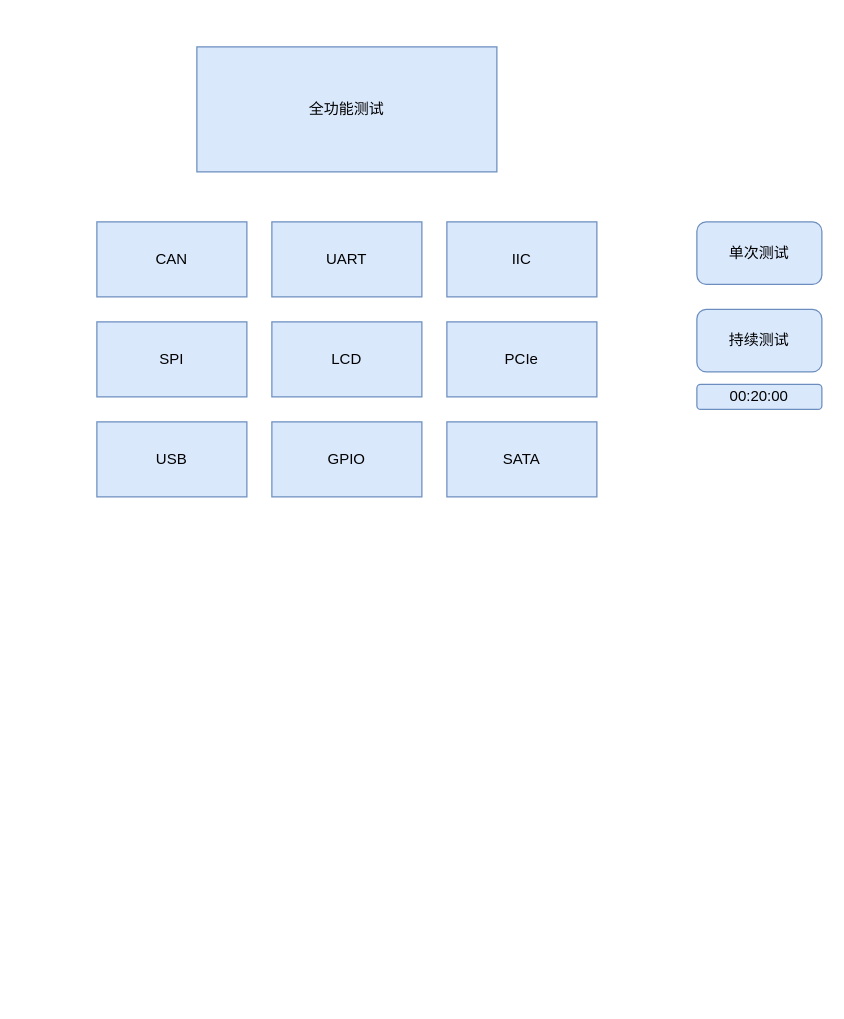
pigstimemachine/drawIO keeps this draw.io diagram as 未命名绘图.drawio. Above is the earlier version. Source tidied: cells renumbered, new cells numbered last; positions are measured from the earlier drawing's top-left corner, leaving out a move shared by most shapes. Both pictures are drawn from the tidied source at 125%, with x=0, y=0 at pixel (96, 46).
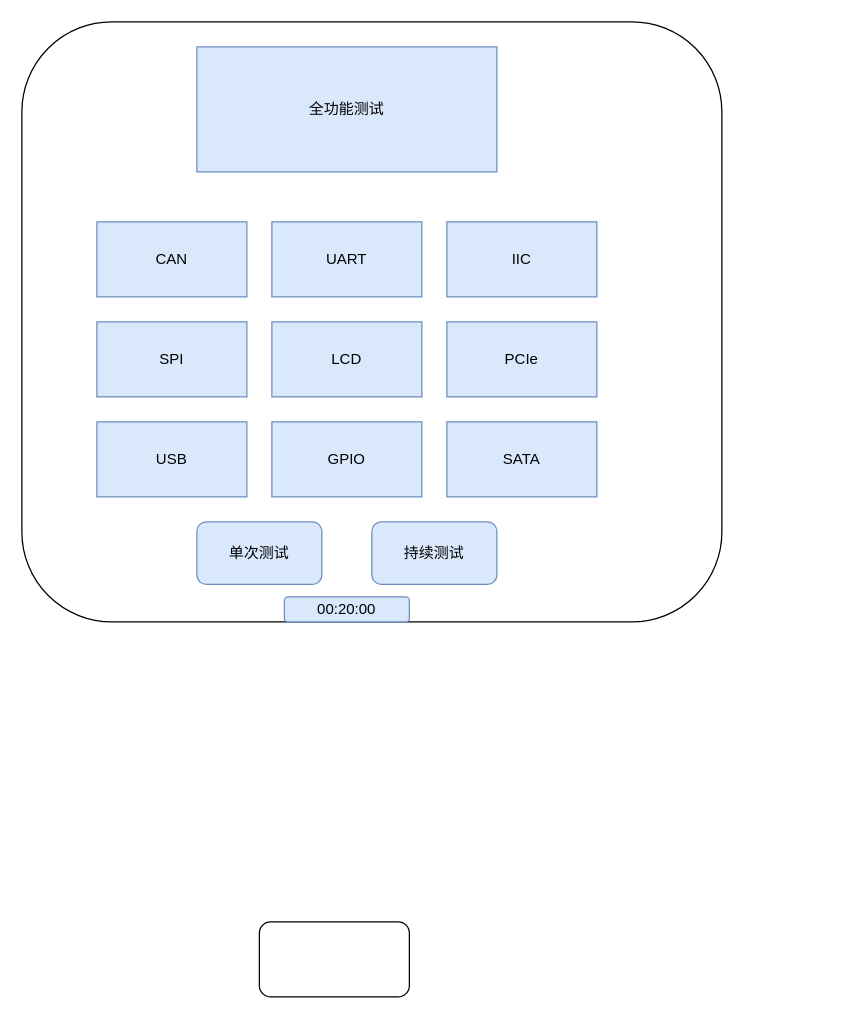
The same page after the edit.

Commit message:
更新未命名绘图.drawio

What changed in the source:
```diff
@@
 <mxGraphModel>
   <root>
     <mxCell id="0" />
     <mxCell id="1" parent="0" />
+    <mxCell id="15" style="rounded=1;whiteSpace=wrap;html=1;" parent="1" vertex="1">
+      <mxGeometry x="-60" y="-20" width="560" height="480" as="geometry" />
+    </mxCell>
     <mxCell id="2" value="UART" style="rounded=0;whiteSpace=wrap;html=1;fillColor=#dae8fc;strokeColor=#6c8ebf;" parent="1" vertex="1">
       <mxGeometry x="140" y="140" width="120" height="60" as="geometry" />
     </mxCell>
     <mxCell id="3" value="SPI" style="rounded=0;whiteSpace=wrap;html=1;fillColor=#dae8fc;strokeColor=#6c8ebf;" parent="1" vertex="1">
       <mxGeometry y="220" width="120" height="60" as="geometry" />
     </mxCell>
     <mxCell id="4" value="PCIe" style="rounded=0;whiteSpace=wrap;html=1;fillColor=#dae8fc;strokeColor=#6c8ebf;" parent="1" vertex="1">
       <mxGeometry x="280" y="220" width="120" height="60" as="geometry" />
     </mxCell>
     <mxCell id="5" value="全功能测试" style="rounded=0;whiteSpace=wrap;html=1;fillColor=#dae8fc;strokeColor=#6c8ebf;" parent="1" vertex="1">
       <mxGeometry x="80" width="240" height="100" as="geometry" />
     </mxCell>
     <mxCell id="6" value="LCD" style="rounded=0;whiteSpace=wrap;html=1;fillColor=#dae8fc;strokeColor=#6c8ebf;" parent="1" vertex="1">
       <mxGeometry x="140" y="220" width="120" height="60" as="geometry" />
     </mxCell>
     <mxCell id="7" value="IIC" style="rounded=0;whiteSpace=wrap;html=1;fillColor=#dae8fc;strokeColor=#6c8ebf;" parent="1" vertex="1">
       <mxGeometry x="280" y="140" width="120" height="60" as="geometry" />
     </mxCell>
     <mxCell id="8" value="CAN" style="rounded=0;whiteSpace=wrap;html=1;fillColor=#dae8fc;strokeColor=#6c8ebf;" parent="1" vertex="1">
       <mxGeometry y="140" width="120" height="60" as="geometry" />
     </mxCell>
     <mxCell id="9" value="单次测试" style="rounded=1;whiteSpace=wrap;html=1;fillColor=#dae8fc;strokeColor=#6c8ebf;" parent="1" vertex="1">
-      <mxGeometry x="480" y="140" width="100" height="50" as="geometry" />
+      <mxGeometry x="80" y="380" width="100" height="50" as="geometry" />
     </mxCell>
     <mxCell id="10" value="持续测试" style="rounded=1;whiteSpace=wrap;html=1;fillColor=#dae8fc;strokeColor=#6c8ebf;" parent="1" vertex="1">
-      <mxGeometry x="480" y="210" width="100" height="50" as="geometry" />
+      <mxGeometry x="220" y="380" width="100" height="50" as="geometry" />
     </mxCell>
     <mxCell id="11" value="00:20:00" style="rounded=1;whiteSpace=wrap;html=1;fillColor=#dae8fc;strokeColor=#6c8ebf;" parent="1" vertex="1">
-      <mxGeometry x="480" y="270" width="100" height="20" as="geometry" />
+      <mxGeometry x="150" y="440" width="100" height="20" as="geometry" />
     </mxCell>
     <mxCell id="12" value="USB" style="rounded=0;whiteSpace=wrap;html=1;fillColor=#dae8fc;strokeColor=#6c8ebf;" parent="1" vertex="1">
       <mxGeometry y="300" width="120" height="60" as="geometry" />
     </mxCell>
     <mxCell id="13" value="GPIO" style="rounded=0;whiteSpace=wrap;html=1;fillColor=#dae8fc;strokeColor=#6c8ebf;" parent="1" vertex="1">
       <mxGeometry x="140" y="300" width="120" height="60" as="geometry" />
     </mxCell>
     <mxCell id="14" value="SATA" style="rounded=0;whiteSpace=wrap;html=1;fillColor=#dae8fc;strokeColor=#6c8ebf;" parent="1" vertex="1">
       <mxGeometry x="280" y="300" width="120" height="60" as="geometry" />
     </mxCell>
+    <mxCell id="16" style="rounded=1;whiteSpace=wrap;html=1;" parent="1" vertex="1">
+      <mxGeometry x="130" y="700" width="120" height="60" as="geometry" />
+    </mxCell>
+    <mxCell id="17" style="edgeStyle=orthogonalEdgeStyle;rounded=0;orthogonalLoop=1;jettySize=auto;html=1;exitX=0.5;exitY=1;exitDx=0;exitDy=0;" parent="1" edge="1" source="11" target="11">
+      <mxGeometry relative="1" as="geometry" />
+    </mxCell>
   </root>
 </mxGraphModel>
```
